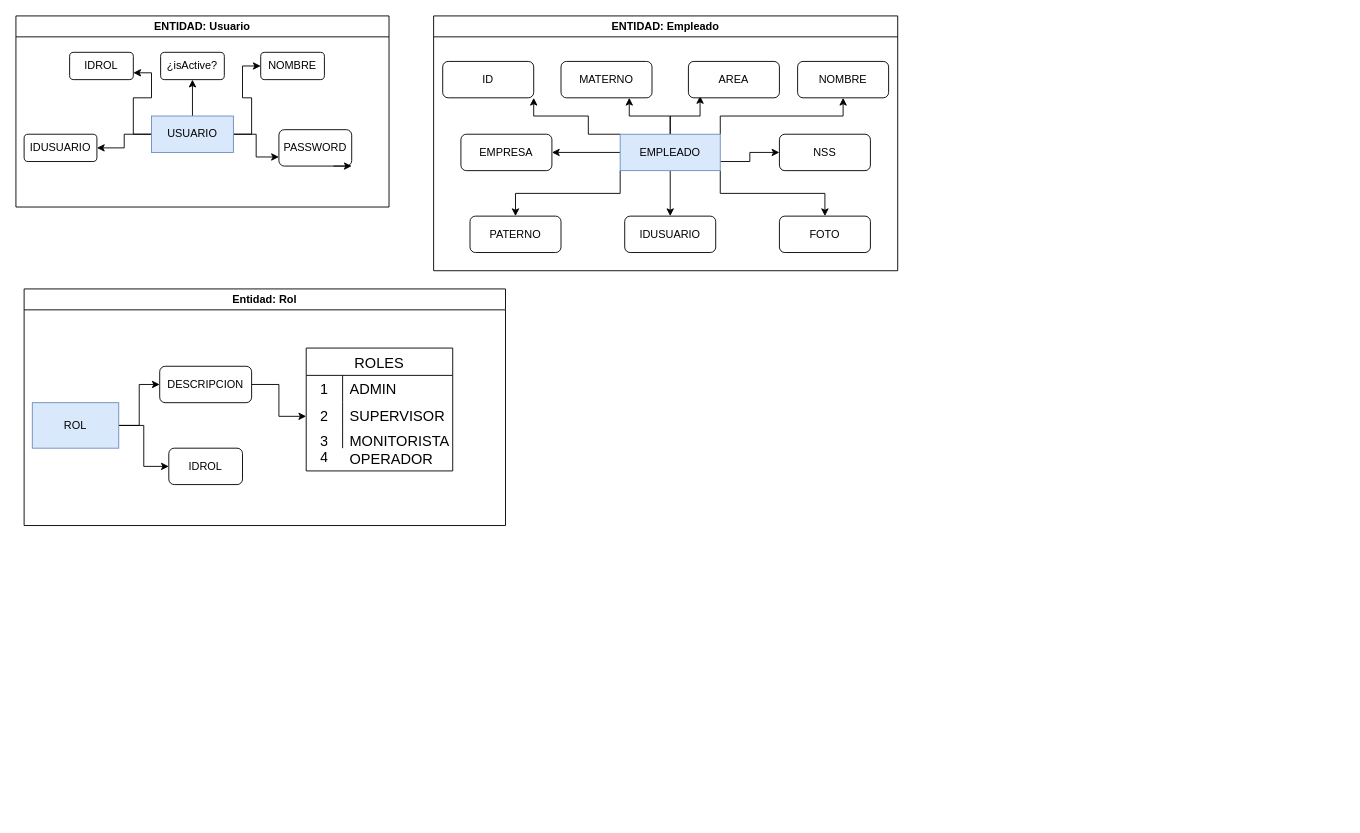
Above: Diagrama sin título.drawio in kaleb-miranda/DisenoDbMonitoreo (draw.io), before the change. Source tidied: cells renumbered, new cells numbered last; positions are measured from the earlier drawing's top-left corner, leaving out a move shared by most shapes. Both pictures are drawn from the tidied source at 91%, with x=0, y=0 at pixel (15, 15).
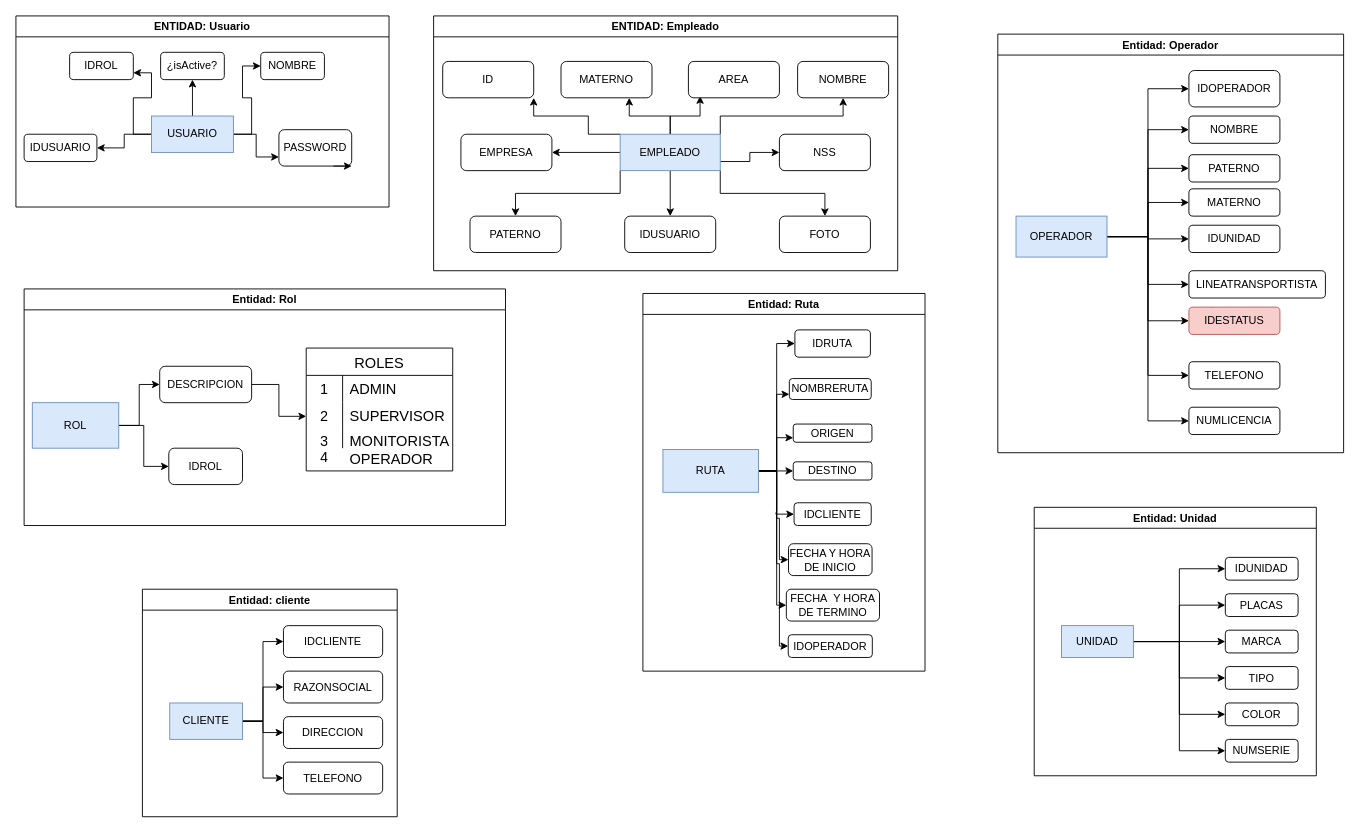
Above is the later version.

Diff of the diagram source:
```diff
@@
+    <mxCell id="54" value="Entidad: Ruta" style="swimlane;" parent="1" vertex="1">
+      <mxGeometry x="689" y="305" width="310" height="415" as="geometry" />
+    </mxCell>
+    <mxCell id="55" style="edgeStyle=orthogonalEdgeStyle;rounded=0;jettySize=auto;html=1;exitX=1;exitY=0.5;exitDx=0;exitDy=0;entryX=0;entryY=0.5;entryDx=0;entryDy=0;" parent="54" edge="1" source="63" target="66">
+      <mxGeometry relative="1" as="geometry" />
+    </mxCell>
+    <mxCell id="56" style="edgeStyle=orthogonalEdgeStyle;rounded=0;jettySize=auto;html=1;exitX=1;exitY=0.5;exitDx=0;exitDy=0;entryX=0;entryY=0.5;entryDx=0;entryDy=0;" parent="54" edge="1" source="63" target="65">
+      <mxGeometry relative="1" as="geometry" />
+    </mxCell>
+    <mxCell id="57" style="edgeStyle=orthogonalEdgeStyle;rounded=0;jettySize=auto;html=1;exitX=1;exitY=0.5;exitDx=0;exitDy=0;entryX=0;entryY=0.5;entryDx=0;entryDy=0;" parent="54" edge="1" source="63" target="67">
+      <mxGeometry relative="1" as="geometry" />
+    </mxCell>
+    <mxCell id="58" style="edgeStyle=orthogonalEdgeStyle;rounded=0;jettySize=auto;html=1;exitX=1;exitY=0.5;exitDx=0;exitDy=0;entryX=0;entryY=0.75;entryDx=0;entryDy=0;" parent="54" edge="1" source="63" target="68">
+      <mxGeometry relative="1" as="geometry">
+        <Array as="points">
+          <mxPoint x="147" y="195" />
+          <mxPoint x="147" y="111" />
+        </Array>
+      </mxGeometry>
+    </mxCell>
+    <mxCell id="59" style="edgeStyle=orthogonalEdgeStyle;rounded=0;jettySize=auto;html=1;exitX=1;exitY=0.5;exitDx=0;exitDy=0;entryX=0;entryY=0.75;entryDx=0;entryDy=0;" parent="54" edge="1" source="63" target="64">
+      <mxGeometry relative="1" as="geometry" />
+    </mxCell>
+    <mxCell id="60" style="edgeStyle=orthogonalEdgeStyle;rounded=0;jettySize=auto;html=1;exitX=1;exitY=0.5;exitDx=0;exitDy=0;entryX=0;entryY=0.5;entryDx=0;entryDy=0;" parent="54" edge="1" source="63" target="69">
+      <mxGeometry relative="1" as="geometry">
+        <Array as="points">
+          <mxPoint x="147" y="195" />
+          <mxPoint x="147" y="247" />
+          <mxPoint x="150" y="247" />
+          <mxPoint x="150" y="292" />
+        </Array>
+      </mxGeometry>
+    </mxCell>
+    <mxCell id="61" style="edgeStyle=orthogonalEdgeStyle;rounded=0;jettySize=auto;html=1;exitX=1;exitY=0.5;exitDx=0;exitDy=0;entryX=0;entryY=0.5;entryDx=0;entryDy=0;" parent="54" edge="1" source="63" target="70">
+      <mxGeometry relative="1" as="geometry">
+        <Array as="points">
+          <mxPoint x="147" y="195" />
+          <mxPoint x="147" y="342" />
+        </Array>
+      </mxGeometry>
+    </mxCell>
+    <mxCell id="62" style="edgeStyle=orthogonalEdgeStyle;rounded=0;jettySize=auto;html=1;exitX=1;exitY=0.5;exitDx=0;exitDy=0;entryX=0;entryY=0.5;entryDx=0;entryDy=0;" parent="54" edge="1" source="63" target="71">
+      <mxGeometry relative="1" as="geometry">
+        <Array as="points">
+          <mxPoint x="147" y="195" />
+          <mxPoint x="147" y="297" />
+          <mxPoint x="150" y="297" />
+          <mxPoint x="150" y="388" />
+        </Array>
+      </mxGeometry>
+    </mxCell>
+    <mxCell id="63" value="RUTA" style="rounded=0;whiteSpace=wrap;html=1;fillColor=#dae8fc;strokeColor=#6c8ebf;" parent="54" vertex="1">
+      <mxGeometry x="22" y="171.5" width="105" height="47" as="geometry" />
+    </mxCell>
+    <mxCell id="64" value="ORIGEN" style="rounded=1;whiteSpace=wrap;html=1;" parent="54" vertex="1">
+      <mxGeometry x="165.2" y="143.5" width="86.5" height="20" as="geometry" />
+    </mxCell>
+    <mxCell id="65" value="DESTINO" style="rounded=1;whiteSpace=wrap;html=1;" parent="54" vertex="1">
+      <mxGeometry x="165.2" y="185" width="86.5" height="20" as="geometry" />
+    </mxCell>
+    <mxCell id="66" value="IDRUTA" style="rounded=1;whiteSpace=wrap;html=1;" parent="54" vertex="1">
+      <mxGeometry x="167" y="40" width="83" height="30" as="geometry" />
+    </mxCell>
+    <mxCell id="67" value="IDCLIENTE" style="rounded=1;whiteSpace=wrap;html=1;" parent="54" vertex="1">
+      <mxGeometry x="166.1" y="230" width="84.8" height="25" as="geometry" />
+    </mxCell>
+    <mxCell id="68" value="NOMBRERUTA" style="rounded=1;whiteSpace=wrap;html=1;" parent="54" vertex="1">
+      <mxGeometry x="160.9" y="93.5" width="90" height="23" as="geometry" />
+    </mxCell>
+    <mxCell id="69" value="FECHA Y HORA DE INICIO" style="rounded=1;whiteSpace=wrap;html=1;" parent="54" vertex="1">
+      <mxGeometry x="160" y="275" width="91.8" height="35" as="geometry" />
+    </mxCell>
+    <mxCell id="70" value="FECHA&amp;nbsp; Y HORA DE TERMINO" style="rounded=1;whiteSpace=wrap;html=1;" parent="54" vertex="1">
+      <mxGeometry x="157.6" y="325" width="102.4" height="35" as="geometry" />
+    </mxCell>
+    <mxCell id="71" value="IDOPERADOR" style="rounded=1;whiteSpace=wrap;html=1;" parent="54" vertex="1">
+      <mxGeometry x="159.7" y="375" width="92.4" height="25" as="geometry" />
+    </mxCell>
+    <mxCell id="72" value="Entidad: Operador" style="swimlane;" parent="1" vertex="1">
+      <mxGeometry x="1079" y="20" width="380" height="460" as="geometry" />
+    </mxCell>
+    <mxCell id="73" style="edgeStyle=orthogonalEdgeStyle;rounded=0;jettySize=auto;html=1;exitX=1;exitY=0.5;exitDx=0;exitDy=0;entryX=0;entryY=0.5;entryDx=0;entryDy=0;" parent="72" edge="1" source="82" target="83">
+      <mxGeometry relative="1" as="geometry" />
+    </mxCell>
+    <mxCell id="74" style="edgeStyle=orthogonalEdgeStyle;rounded=0;jettySize=auto;html=1;exitX=1;exitY=0.5;exitDx=0;exitDy=0;entryX=0;entryY=0.5;entryDx=0;entryDy=0;" parent="72" edge="1" source="82" target="84">
+      <mxGeometry relative="1" as="geometry" />
+    </mxCell>
+    <mxCell id="75" style="edgeStyle=orthogonalEdgeStyle;rounded=0;jettySize=auto;html=1;exitX=1;exitY=0.5;exitDx=0;exitDy=0;entryX=0;entryY=0.5;entryDx=0;entryDy=0;" parent="72" edge="1" source="82" target="86">
+      <mxGeometry relative="1" as="geometry" />
+    </mxCell>
+    <mxCell id="76" style="edgeStyle=orthogonalEdgeStyle;rounded=0;jettySize=auto;html=1;exitX=1;exitY=0.5;exitDx=0;exitDy=0;entryX=0;entryY=0.5;entryDx=0;entryDy=0;" parent="72" edge="1" source="82" target="85">
+      <mxGeometry relative="1" as="geometry" />
+    </mxCell>
+    <mxCell id="77" style="edgeStyle=orthogonalEdgeStyle;rounded=0;jettySize=auto;html=1;exitX=1;exitY=0.5;exitDx=0;exitDy=0;entryX=0;entryY=0.5;entryDx=0;entryDy=0;" parent="72" edge="1" source="82" target="87">
+      <mxGeometry relative="1" as="geometry" />
+    </mxCell>
+    <mxCell id="78" style="edgeStyle=orthogonalEdgeStyle;rounded=0;jettySize=auto;html=1;exitX=1;exitY=0.5;exitDx=0;exitDy=0;entryX=0;entryY=0.5;entryDx=0;entryDy=0;" parent="72" edge="1" source="82" target="88">
+      <mxGeometry relative="1" as="geometry" />
+    </mxCell>
+    <mxCell id="79" style="edgeStyle=orthogonalEdgeStyle;rounded=0;jettySize=auto;html=1;exitX=1;exitY=0.5;exitDx=0;exitDy=0;entryX=0;entryY=0.5;entryDx=0;entryDy=0;" parent="72" edge="1" source="82" target="90">
+      <mxGeometry relative="1" as="geometry" />
+    </mxCell>
+    <mxCell id="80" style="edgeStyle=orthogonalEdgeStyle;rounded=0;jettySize=auto;html=1;exitX=1;exitY=0.5;exitDx=0;exitDy=0;entryX=0;entryY=0.5;entryDx=0;entryDy=0;" parent="72" edge="1" source="82" target="92">
+      <mxGeometry relative="1" as="geometry" />
+    </mxCell>
+    <mxCell id="81" style="edgeStyle=orthogonalEdgeStyle;rounded=0;jettySize=auto;html=1;exitX=1;exitY=0.5;exitDx=0;exitDy=0;entryX=0;entryY=0.5;entryDx=0;entryDy=0;" parent="72" edge="1" source="82" target="91">
+      <mxGeometry relative="1" as="geometry" />
+    </mxCell>
+    <mxCell id="82" value="OPERADOR" style="rounded=0;whiteSpace=wrap;html=1;fillColor=#dae8fc;strokeColor=#6c8ebf;" parent="72" vertex="1">
+      <mxGeometry x="20" y="200" width="100" height="45" as="geometry" />
+    </mxCell>
+    <mxCell id="83" value="IDOPERADOR" style="rounded=1;whiteSpace=wrap;html=1;" parent="72" vertex="1">
+      <mxGeometry x="210" y="40" width="100" height="40" as="geometry" />
+    </mxCell>
+    <mxCell id="84" value="NOMBRE" style="rounded=1;whiteSpace=wrap;html=1;" parent="72" vertex="1">
+      <mxGeometry x="210" y="90" width="100" height="30" as="geometry" />
+    </mxCell>
+    <mxCell id="85" value="MATERNO" style="rounded=1;whiteSpace=wrap;html=1;" parent="72" vertex="1">
+      <mxGeometry x="210" y="170" width="100" height="30" as="geometry" />
+    </mxCell>
+    <mxCell id="86" value="PATERNO" style="rounded=1;whiteSpace=wrap;html=1;" parent="72" vertex="1">
+      <mxGeometry x="210" y="132.5" width="100" height="30" as="geometry" />
+    </mxCell>
+    <mxCell id="87" value="IDUNIDAD" style="rounded=1;whiteSpace=wrap;html=1;" parent="72" vertex="1">
+      <mxGeometry x="210" y="210" width="100" height="30" as="geometry" />
+    </mxCell>
+    <mxCell id="88" value="LINEATRANSPORTISTA" style="rounded=1;whiteSpace=wrap;html=1;" parent="72" vertex="1">
+      <mxGeometry x="210" y="260" width="150" height="30" as="geometry" />
+    </mxCell>
+    <mxCell id="89" style="edgeStyle=orthogonalEdgeStyle;rounded=0;jettySize=auto;html=1;exitX=0.25;exitY=0;exitDx=0;exitDy=0;" parent="72" edge="1" source="90">
+      <mxGeometry relative="1" as="geometry">
+        <mxPoint x="235.3" y="310" as="targetPoint" />
+      </mxGeometry>
+    </mxCell>
+    <mxCell id="90" value="IDESTATUS" style="rounded=1;whiteSpace=wrap;html=1;fillColor=#f8cecc;strokeColor=#b85450;" parent="72" vertex="1">
+      <mxGeometry x="210" y="300" width="100" height="30" as="geometry" />
+    </mxCell>
+    <mxCell id="91" value="NUMLICENCIA" style="rounded=1;whiteSpace=wrap;html=1;" parent="72" vertex="1">
+      <mxGeometry x="210" y="410" width="100" height="30" as="geometry" />
+    </mxCell>
+    <mxCell id="92" value="TELEFONO" style="rounded=1;whiteSpace=wrap;html=1;" parent="72" vertex="1">
+      <mxGeometry x="210" y="360" width="100" height="30" as="geometry" />
+    </mxCell>
+    <mxCell id="93" value="Entidad: Unidad" style="swimlane;" parent="1" vertex="1">
+      <mxGeometry x="1119" y="540" width="310" height="295" as="geometry" />
+    </mxCell>
+    <mxCell id="94" style="edgeStyle=orthogonalEdgeStyle;rounded=0;jettySize=auto;html=1;exitX=1;exitY=0.5;exitDx=0;exitDy=0;entryX=0;entryY=0.5;entryDx=0;entryDy=0;" parent="93" edge="1" source="100" target="101">
+      <mxGeometry relative="1" as="geometry" />
+    </mxCell>
+    <mxCell id="95" style="edgeStyle=orthogonalEdgeStyle;rounded=0;jettySize=auto;html=1;exitX=1;exitY=0.5;exitDx=0;exitDy=0;entryX=0;entryY=0.5;entryDx=0;entryDy=0;" parent="93" edge="1" source="100" target="102">
+      <mxGeometry relative="1" as="geometry" />
+    </mxCell>
+    <mxCell id="96" style="edgeStyle=orthogonalEdgeStyle;rounded=0;jettySize=auto;html=1;exitX=1;exitY=0.5;exitDx=0;exitDy=0;entryX=0;entryY=0.5;entryDx=0;entryDy=0;" parent="93" edge="1" source="100" target="103">
+      <mxGeometry relative="1" as="geometry" />
+    </mxCell>
+    <mxCell id="97" style="edgeStyle=orthogonalEdgeStyle;rounded=0;jettySize=auto;html=1;exitX=1;exitY=0.5;exitDx=0;exitDy=0;entryX=0;entryY=0.5;entryDx=0;entryDy=0;" parent="93" edge="1" source="100" target="104">
+      <mxGeometry relative="1" as="geometry" />
+    </mxCell>
+    <mxCell id="98" style="edgeStyle=orthogonalEdgeStyle;rounded=0;jettySize=auto;html=1;exitX=1;exitY=0.5;exitDx=0;exitDy=0;entryX=0;entryY=0.5;entryDx=0;entryDy=0;" parent="93" edge="1" source="100" target="105">
+      <mxGeometry relative="1" as="geometry" />
+    </mxCell>
+    <mxCell id="99" style="edgeStyle=orthogonalEdgeStyle;rounded=0;jettySize=auto;html=1;exitX=1;exitY=0.5;exitDx=0;exitDy=0;entryX=0;entryY=0.5;entryDx=0;entryDy=0;" parent="93" edge="1" source="100" target="106">
+      <mxGeometry relative="1" as="geometry" />
+    </mxCell>
+    <mxCell id="100" value="UNIDAD" style="rounded=0;whiteSpace=wrap;html=1;fillColor=#dae8fc;strokeColor=#6c8ebf;" parent="93" vertex="1">
+      <mxGeometry x="30" y="130" width="79" height="35" as="geometry" />
+    </mxCell>
+    <mxCell id="101" value="IDUNIDAD" style="rounded=1;whiteSpace=wrap;html=1;" parent="93" vertex="1">
+      <mxGeometry x="210" y="55" width="80" height="25" as="geometry" />
+    </mxCell>
+    <mxCell id="102" value="PLACAS" style="rounded=1;whiteSpace=wrap;html=1;" parent="93" vertex="1">
+      <mxGeometry x="210" y="95" width="80" height="25" as="geometry" />
+    </mxCell>
+    <mxCell id="103" value="MARCA" style="rounded=1;whiteSpace=wrap;html=1;" parent="93" vertex="1">
+      <mxGeometry x="210" y="135" width="80" height="25" as="geometry" />
+    </mxCell>
+    <mxCell id="104" value="TIPO" style="rounded=1;whiteSpace=wrap;html=1;" parent="93" vertex="1">
+      <mxGeometry x="210" y="175" width="80" height="25" as="geometry" />
+    </mxCell>
+    <mxCell id="105" value="COLOR" style="rounded=1;whiteSpace=wrap;html=1;" parent="93" vertex="1">
+      <mxGeometry x="210" y="215" width="80" height="25" as="geometry" />
+    </mxCell>
+    <mxCell id="106" value="NUMSERIE" style="rounded=1;whiteSpace=wrap;html=1;" parent="93" vertex="1">
+      <mxGeometry x="210" y="255" width="80" height="25" as="geometry" />
+    </mxCell>
+    <mxCell id="107" value="Entidad: cliente" style="swimlane;" parent="1" vertex="1">
+      <mxGeometry x="139" y="630" width="280" height="250" as="geometry" />
+    </mxCell>
+    <mxCell id="108" style="edgeStyle=orthogonalEdgeStyle;rounded=0;jettySize=auto;html=1;exitX=1;exitY=0.5;exitDx=0;exitDy=0;entryX=0;entryY=0.5;entryDx=0;entryDy=0;" parent="107" edge="1" source="112" target="113">
+      <mxGeometry relative="1" as="geometry" />
+    </mxCell>
+    <mxCell id="109" style="edgeStyle=orthogonalEdgeStyle;rounded=0;jettySize=auto;html=1;exitX=1;exitY=0.5;exitDx=0;exitDy=0;" parent="107" edge="1" source="112" target="114">
+      <mxGeometry relative="1" as="geometry" />
+    </mxCell>
+    <mxCell id="110" style="edgeStyle=orthogonalEdgeStyle;rounded=0;jettySize=auto;html=1;exitX=1;exitY=0.5;exitDx=0;exitDy=0;entryX=0;entryY=0.5;entryDx=0;entryDy=0;" parent="107" edge="1" source="112" target="115">
+      <mxGeometry relative="1" as="geometry" />
+    </mxCell>
+    <mxCell id="111" style="edgeStyle=orthogonalEdgeStyle;rounded=0;jettySize=auto;html=1;exitX=1;exitY=0.5;exitDx=0;exitDy=0;entryX=0;entryY=0.5;entryDx=0;entryDy=0;" parent="107" edge="1" source="112" target="116">
+      <mxGeometry relative="1" as="geometry" />
+    </mxCell>
+    <mxCell id="112" value="CLIENTE" style="rounded=0;whiteSpace=wrap;html=1;fillColor=#dae8fc;strokeColor=#6c8ebf;" parent="107" vertex="1">
+      <mxGeometry x="30" y="125" width="80" height="40" as="geometry" />
+    </mxCell>
+    <mxCell id="113" value="IDCLIENTE" style="rounded=1;whiteSpace=wrap;html=1;" parent="107" vertex="1">
+      <mxGeometry x="155" y="40" width="109" height="35" as="geometry" />
+    </mxCell>
+    <mxCell id="114" value="RAZONSOCIAL" style="rounded=1;whiteSpace=wrap;html=1;" parent="107" vertex="1">
+      <mxGeometry x="155" y="90" width="109" height="35" as="geometry" />
+    </mxCell>
+    <mxCell id="115" value="DIRECCION" style="rounded=1;whiteSpace=wrap;html=1;" parent="107" vertex="1">
+      <mxGeometry x="155" y="140" width="109" height="35" as="geometry" />
+    </mxCell>
+    <mxCell id="116" value="TELEFONO" style="rounded=1;whiteSpace=wrap;html=1;" parent="107" vertex="1">
+      <mxGeometry x="155" y="190" width="109" height="35" as="geometry" />
+    </mxCell>
```
